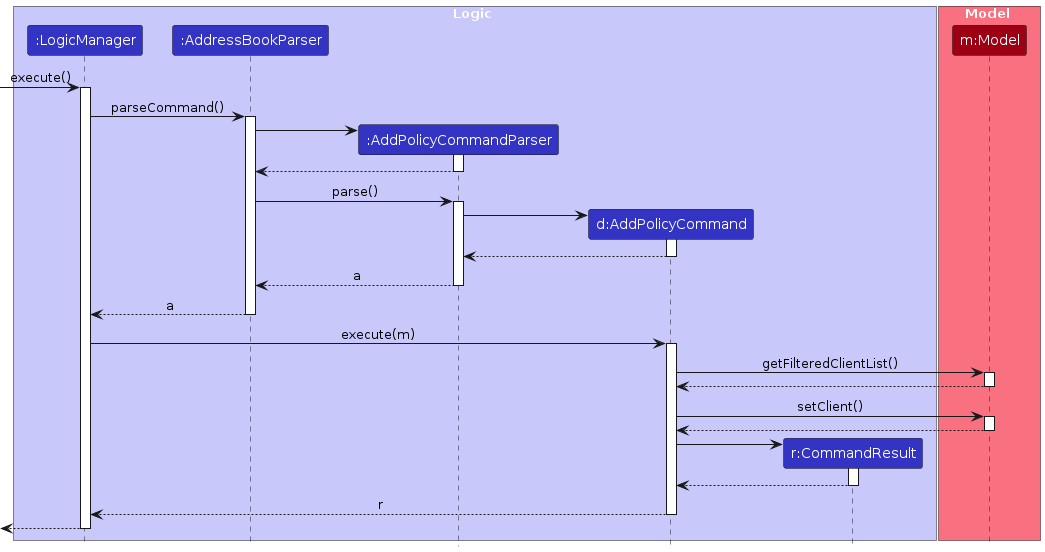
Earlier version of the PlantUML export diagrams/AddPolicySequenceDiagram.png (AY2425S2-CS2103T-W12-2/tp). Its source is kept beside it as diagrams/AddPolicySequenceDiagram.puml. Source of this version:
```plantuml
@startuml
!include style.puml
skinparam ArrowFontStyle plain

box Logic LOGIC_COLOR_T1
participant ":LogicManager" as LogicManager LOGIC_COLOR
participant ":AddressBookParser" as AddressBookParser LOGIC_COLOR
participant ":AddPolicyCommandParser" as AddPolicyCommandParser LOGIC_COLOR
participant "d:AddPolicyCommand" as AddPolicyCommand LOGIC_COLOR
participant "r:CommandResult" as CommandResult LOGIC_COLOR
end box

box Model MODEL_COLOR_T1
participant "m:Model" as Model MODEL_COLOR
end box

[-> LogicManager : execute()
activate LogicManager

LogicManager -> AddressBookParser : parseCommand()
activate AddressBookParser

create AddPolicyCommandParser
AddressBookParser -> AddPolicyCommandParser
activate AddPolicyCommandParser

AddPolicyCommandParser --> AddressBookParser
deactivate AddPolicyCommandParser

AddressBookParser -> AddPolicyCommandParser : parse()
activate AddPolicyCommandParser

create AddPolicyCommand
AddPolicyCommandParser -> AddPolicyCommand
activate AddPolicyCommand

AddPolicyCommand --> AddPolicyCommandParser :
deactivate AddPolicyCommand

AddPolicyCommandParser --> AddressBookParser : a
deactivate AddPolicyCommandParser

AddressBookParser --> LogicManager : a
deactivate AddressBookParser

LogicManager -> AddPolicyCommand : execute(m)
activate AddPolicyCommand

AddPolicyCommand -> Model : getFilteredClientList()
activate Model
Model --> AddPolicyCommand
deactivate Model

AddPolicyCommand -> Model : setClient()
activate Model
Model --> AddPolicyCommand
deactivate Model

create CommandResult
AddPolicyCommand -> CommandResult
activate CommandResult

CommandResult --> AddPolicyCommand
deactivate CommandResult

AddPolicyCommand --> LogicManager : r
deactivate AddPolicyCommand

[<--LogicManager
deactivate LogicManager
@enduml
```
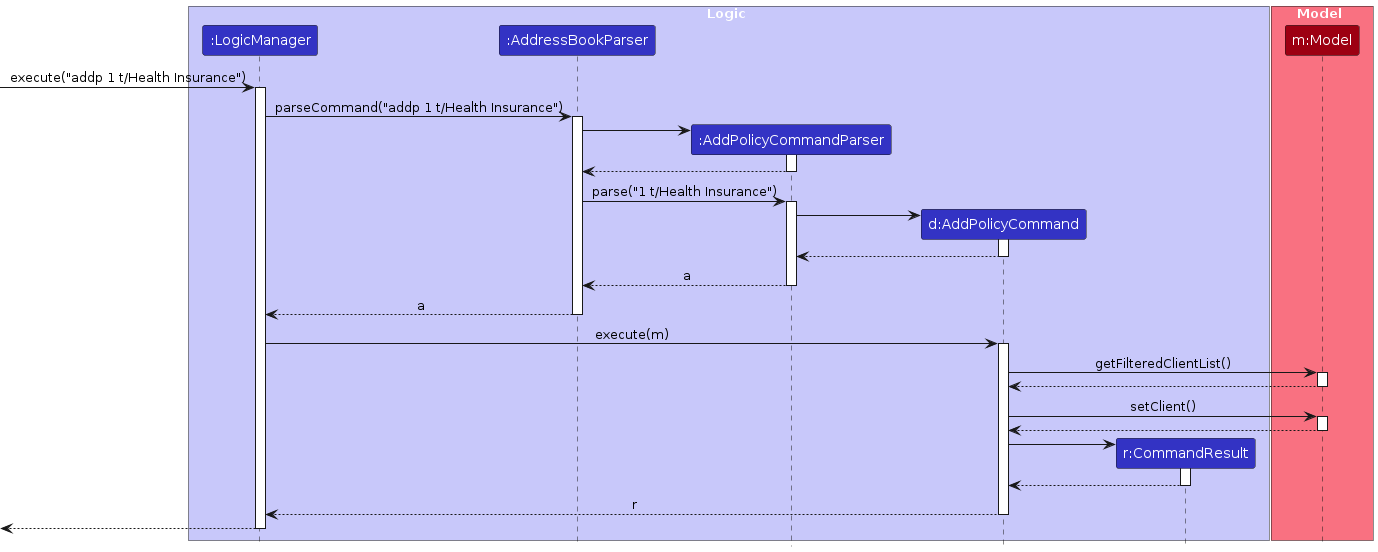
After the commit.

Diff of the diagram source:
```diff
@@ -14,10 +14,10 @@
 participant "m:Model" as Model MODEL_COLOR
 end box
 
-[-> LogicManager : execute()
+[-> LogicManager : execute("addp 1 t/Health Insurance")
 activate LogicManager
 
-LogicManager -> AddressBookParser : parseCommand()
+LogicManager -> AddressBookParser : parseCommand("addp 1 t/Health Insurance")
 activate AddressBookParser
 
 create AddPolicyCommandParser
@@ -27,7 +27,7 @@
 AddPolicyCommandParser --> AddressBookParser
 deactivate AddPolicyCommandParser
 
-AddressBookParser -> AddPolicyCommandParser : parse()
+AddressBookParser -> AddPolicyCommandParser : parse("1 t/Health Insurance")
 activate AddPolicyCommandParser
 
 create AddPolicyCommand
```
